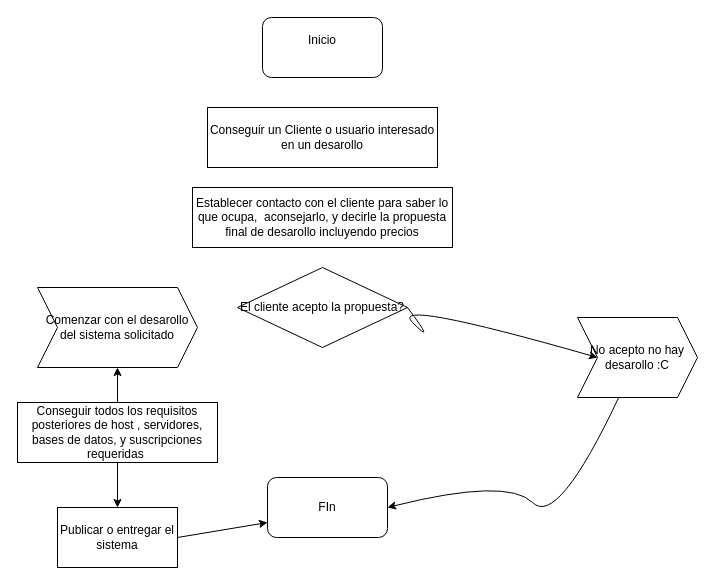
Zwain-UnU/4b_practices_leonel- keeps this draw.io diagram as diagrama_empresa.dio. Above is the earlier version. Source tidied: cells renumbered, new cells numbered last; positions are measured from the earlier drawing's top-left corner, leaving out a move shared by most shapes. Both pictures are drawn from the tidied source at 100%, with x=0, y=0 at pixel (17, 17).
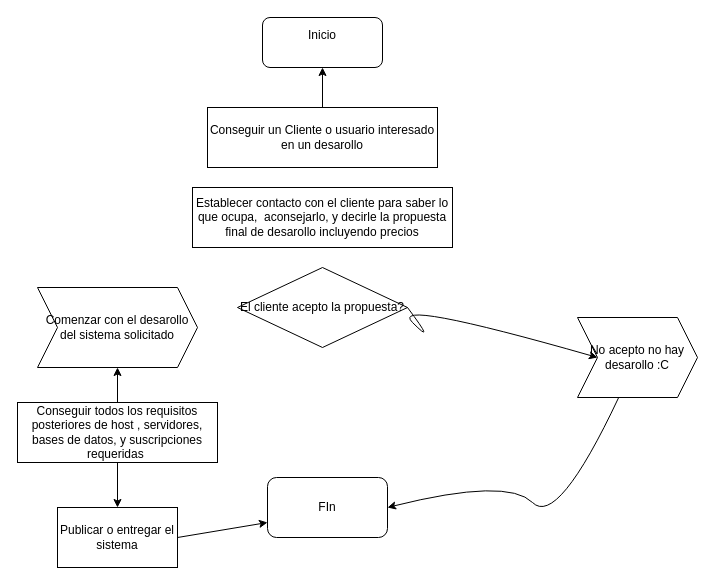
Above is the later version.

Commit message (it also covers changes not shown here):
Diagrams of use changes

The change refers to these unchanged cells:
```xml
<mxCell id="4" value="Conseguir un Cliente o usuario interesado en un desarollo" style="rounded=0;whiteSpace=wrap;html=1;" parent="1" vertex="1">
  <mxGeometry x="190" y="90" width="230" height="60" as="geometry" />
</mxCell>
```

What changed in the source:
```diff
@@
     <mxCell id="2" value="Inicio&lt;div&gt;&lt;br&gt;&lt;/div&gt;" style="rounded=1;whiteSpace=wrap;html=1;" parent="1" vertex="1">
-      <mxGeometry x="245" width="120" height="60" as="geometry" />
+      <mxGeometry x="245" width="120" height="50" as="geometry" />
     </mxCell>
@@
+    <mxCell id="16" style="edgeStyle=none;html=1;" parent="1" edge="1" source="4" target="2">
+      <mxGeometry relative="1" as="geometry" />
+    </mxCell>
```
